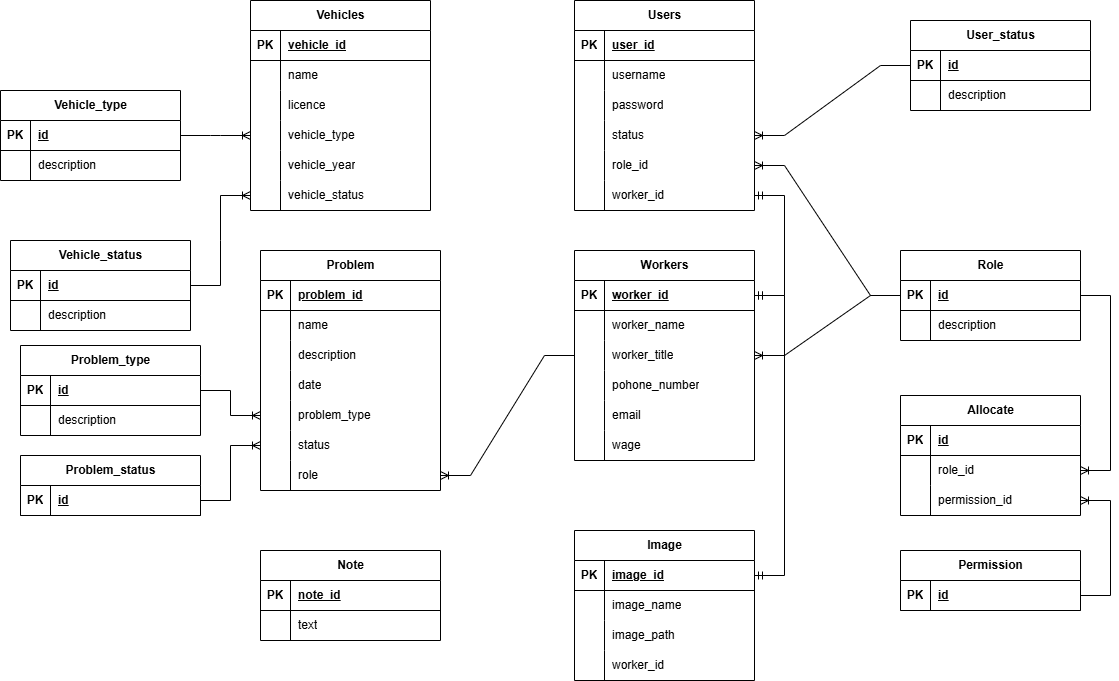
This is docs/static/databaseUml.png from lulwszabolcs/A-PROJEKT, a draw.io export, as it was before one commit. Source tidied: cells renumbered, new cells last; positions are measured from the earlier drawing's top-left corner, leaving out a move shared by most shapes.
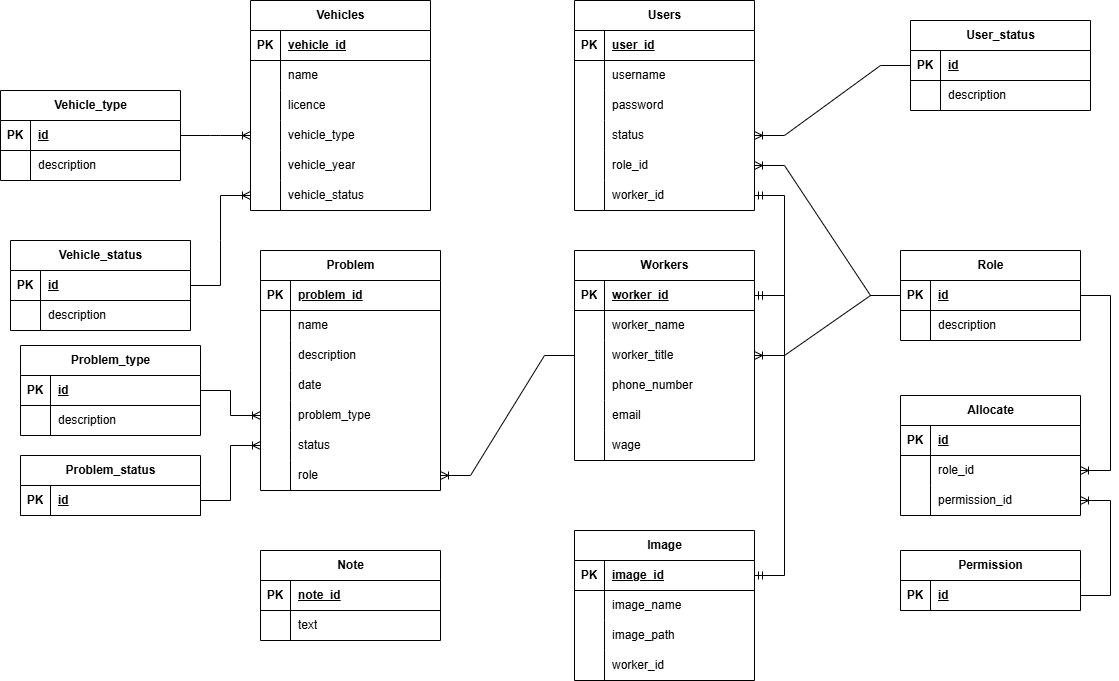
Later version of the same file.

Commit message:
UML diagram updated

Diff of the diagram source:
```diff
@@ -38,7 +38,7 @@
     <mxCell id="13" style="shape=partialRectangle;fillColor=none;top=0;left=0;bottom=0;right=0;overflow=hidden;whiteSpace=wrap;html=1;" parent="12" vertex="1">
       <mxGeometry width="30" height="30" as="geometry" />
     </mxCell>
-    <mxCell id="14" value="pohone_number" style="shape=partialRectangle;fillColor=none;top=0;left=0;bottom=0;right=0;align=left;spacingLeft=6;overflow=hidden;whiteSpace=wrap;html=1;" parent="12" vertex="1">
+    <mxCell id="14" value="phone_number" style="shape=partialRectangle;fillColor=none;top=0;left=0;bottom=0;right=0;align=left;spacingLeft=6;overflow=hidden;whiteSpace=wrap;html=1;" parent="12" vertex="1">
       <mxGeometry x="30" width="150" height="30" as="geometry" />
     </mxCell>
     <mxCell id="15" style="shape=tableRow;horizontal=0;startSize=0;swimlaneHead=0;swimlaneBody=0;fillColor=none;top=0;left=0;right=0;bottom=0;" parent="2" vertex="1">
```
